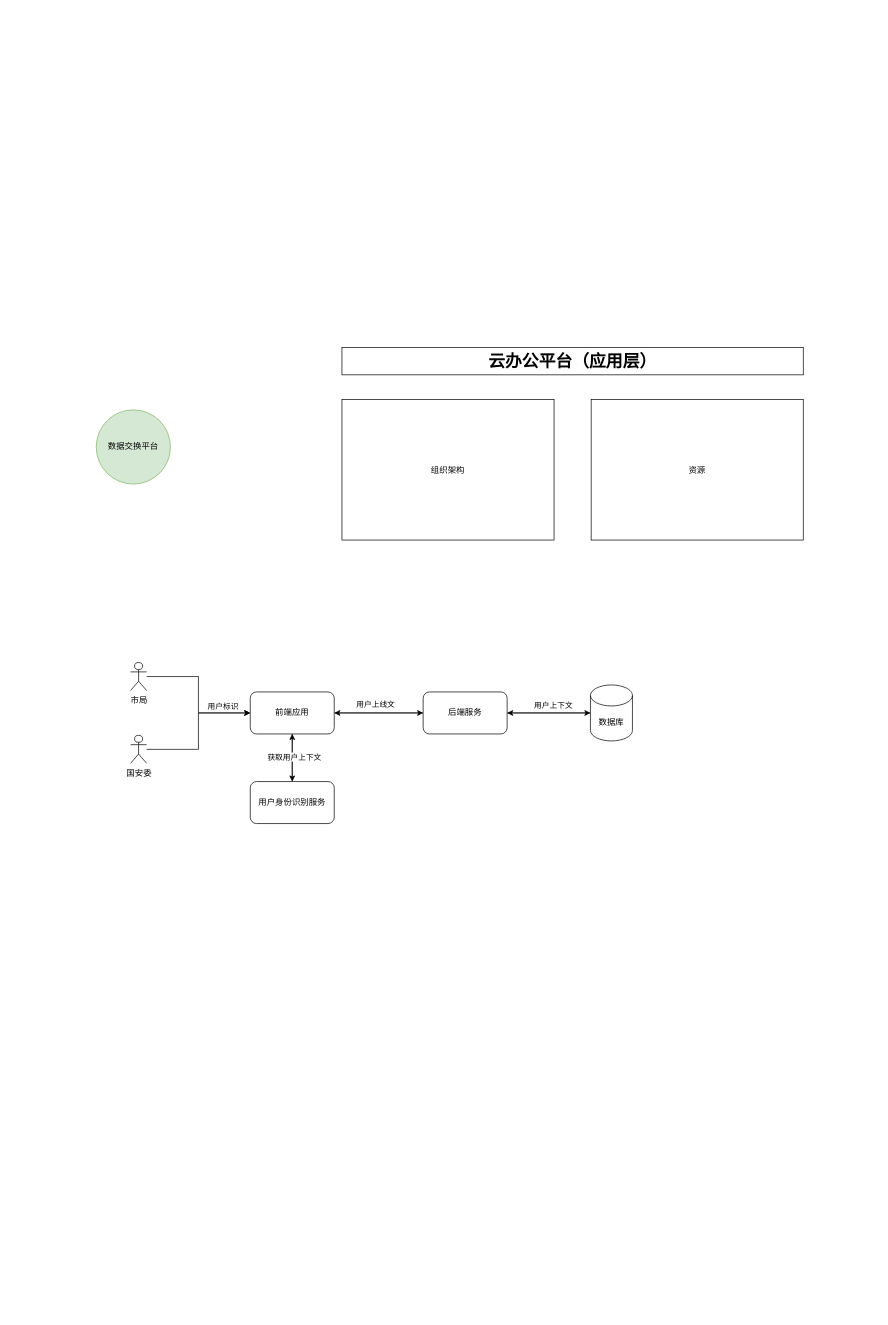
Before: 100号私有化架构.drawio in ammengke/my-drawio, a draw.io diagram. Source tidied: cells renumbered, new cells numbered last; positions are measured from the earlier drawing's top-left corner, leaving out a move shared by most shapes. Both pictures are drawn from the tidied source at 70%, with x=0, y=0 at pixel (96, 347).
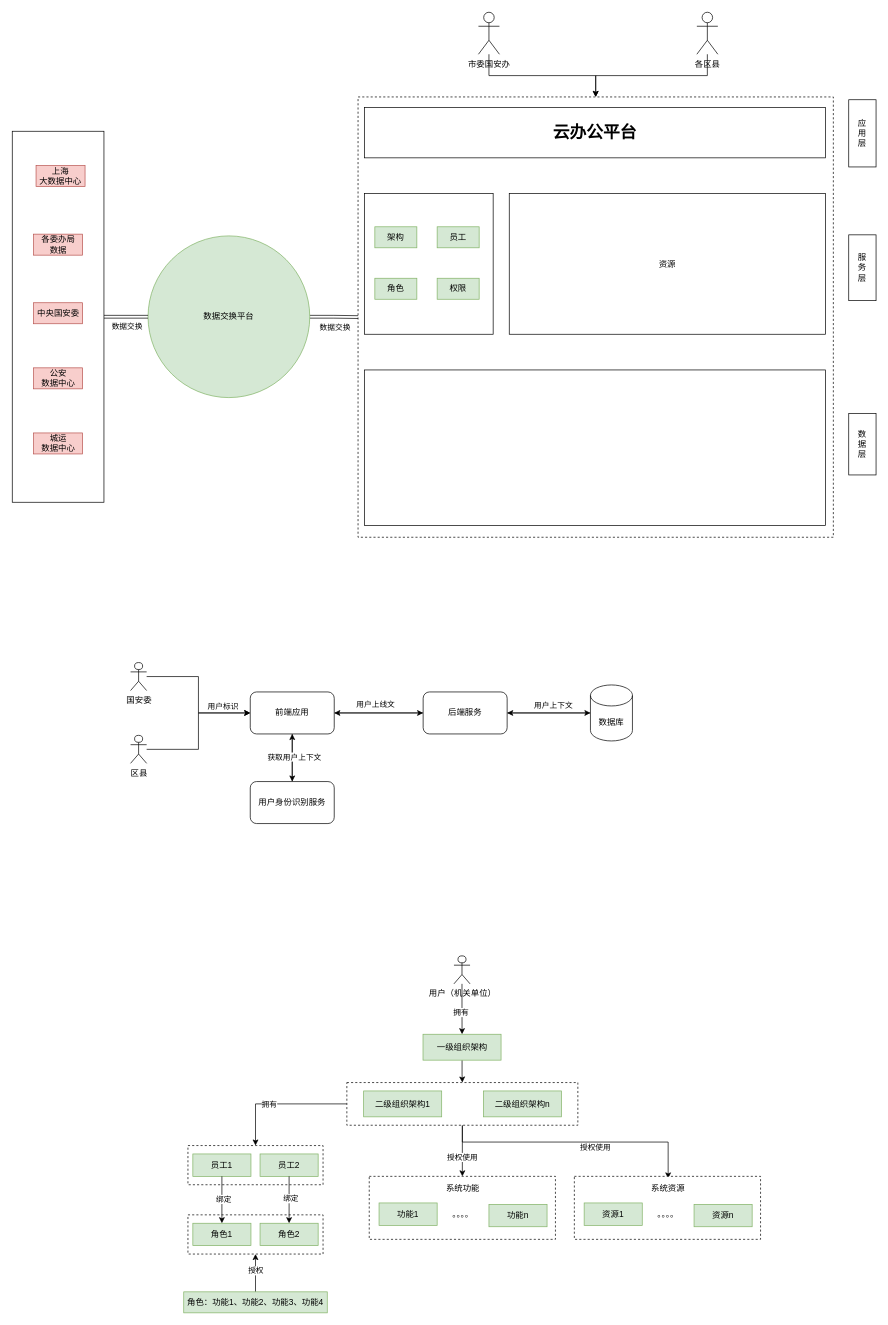
Above is the later version.

Commit message:
更新100号私有化架构.drawio

What changed in the source:
```diff
@@
+    <mxCell id="24" style="rounded=0;whiteSpace=wrap;html=1;dashed=1;" parent="1" vertex="1">
+      <mxGeometry x="374" y="-358" width="679" height="629" as="geometry" />
+    </mxCell>
+    <mxCell id="25" style="edgeStyle=orthogonalEdgeStyle;rounded=0;jettySize=auto;html=1;" parent="1" edge="1" source="31" target="66">
+      <mxGeometry relative="1" as="geometry" />
+    </mxCell>
+    <mxCell id="26" value="授权使用" style="edgeLabel;html=1;align=center;verticalAlign=middle;" parent="25" vertex="1">
+      <mxGeometry x="0.2" y="-1" relative="1" as="geometry">
+        <mxPoint y="1" as="offset" />
+      </mxGeometry>
+    </mxCell>
+    <mxCell id="27" style="edgeStyle=orthogonalEdgeStyle;rounded=0;jettySize=auto;html=1;entryX=0.5;entryY=0;entryDx=0;entryDy=0;" parent="1" edge="1" source="31" target="53">
+      <mxGeometry relative="1" as="geometry" />
+    </mxCell>
+    <mxCell id="28" value="拥有" style="edgeLabel;html=1;align=center;verticalAlign=middle;" parent="27" vertex="1">
+      <mxGeometry x="0.18" relative="1" as="geometry" />
+    </mxCell>
+    <mxCell id="29" style="edgeStyle=orthogonalEdgeStyle;rounded=0;jettySize=auto;html=1;" parent="1" edge="1" source="31" target="75">
+      <mxGeometry relative="1" as="geometry">
+        <Array as="points">
+          <mxPoint x="523" y="1135" />
+          <mxPoint x="817" y="1135" />
+        </Array>
+      </mxGeometry>
+    </mxCell>
+    <mxCell id="30" value="授权使用" style="edgeLabel;html=1;align=center;verticalAlign=middle;" parent="29" vertex="1">
+      <mxGeometry x="0.16" y="-3" relative="1" as="geometry">
+        <mxPoint x="-2" y="4" as="offset" />
+      </mxGeometry>
+    </mxCell>
+    <mxCell id="31" style="rounded=0;whiteSpace=wrap;html=1;dashed=1;" parent="1" vertex="1">
+      <mxGeometry x="358" y="1050" width="330" height="61" as="geometry" />
+    </mxCell>
-    <mxCell id="2" value="云办公平台（应用层）" style="rounded=0;whiteSpace=wrap;html=1;fontStyle=1;fontSize=24;" parent="1" vertex="1">
-      <mxGeometry x="351" width="659" height="39" as="geometry" />
+    <mxCell id="2" value="云办公平台" style="rounded=0;whiteSpace=wrap;html=1;fontStyle=1;fontSize=24;" parent="1" vertex="1">
+      <mxGeometry x="383" y="-343" width="659" height="72" as="geometry" />
     </mxCell>
     <mxCell id="3" value="资源" style="rounded=0;whiteSpace=wrap;html=1;" parent="1" vertex="1">
-      <mxGeometry x="707" y="74" width="303" height="201" as="geometry" />
+      <mxGeometry x="590" y="-220" width="452" height="201" as="geometry" />
     </mxCell>
-    <mxCell id="4" value="组织架构" style="rounded=0;whiteSpace=wrap;html=1;" parent="1" vertex="1">
-      <mxGeometry x="351" y="74" width="303" height="201" as="geometry" />
+    <mxCell id="4" style="rounded=0;whiteSpace=wrap;html=1;" parent="1" vertex="1">
+      <mxGeometry x="383" y="-220" width="184" height="201" as="geometry" />
     </mxCell>
+    <mxCell id="32" style="edgeStyle=orthogonalEdgeStyle;rounded=0;jettySize=auto;html=1;entryX=0;entryY=0.5;entryDx=0;entryDy=0;shape=link;" parent="1" edge="1" source="5" target="24">
+      <mxGeometry relative="1" as="geometry" />
+    </mxCell>
+    <mxCell id="33" value="数据交换" style="edgeLabel;html=1;align=center;verticalAlign=middle;" parent="32" vertex="1">
+      <mxGeometry x="-0.23" y="-2" relative="1" as="geometry">
+        <mxPoint x="8" y="13" as="offset" />
+      </mxGeometry>
+    </mxCell>
     <mxCell id="5" value="数据交换平台" style="ellipse;whiteSpace=wrap;html=1;fillColor=#d5e8d4;strokeColor=#82b366;" parent="1" vertex="1">
-      <mxGeometry y="89" width="106" height="106" as="geometry" />
+      <mxGeometry x="74" y="-159.5" width="231" height="231" as="geometry" />
     </mxCell>
@@
-    <mxCell id="7" value="市局" style="shape=umlActor;verticalLabelPosition=bottom;verticalAlign=top;html=1;outlineConnect=0;" parent="1" vertex="1">
+    <mxCell id="7" value="国安委" style="shape=umlActor;verticalLabelPosition=bottom;verticalAlign=top;html=1;outlineConnect=0;" parent="1" vertex="1">
       <mxGeometry x="49" y="450" width="23" height="40" as="geometry" />
     </mxCell>
@@
-    <mxCell id="10" value="国安委" style="shape=umlActor;verticalLabelPosition=bottom;verticalAlign=top;html=1;outlineConnect=0;" parent="1" vertex="1">
+    <mxCell id="10" value="区县" style="shape=umlActor;verticalLabelPosition=bottom;verticalAlign=top;html=1;outlineConnect=0;" parent="1" vertex="1">
       <mxGeometry x="49" y="554" width="23" height="40" as="geometry" />
     </mxCell>
@@
+    <mxCell id="34" style="edgeStyle=orthogonalEdgeStyle;rounded=0;jettySize=auto;html=1;entryX=0;entryY=0.5;entryDx=0;entryDy=0;shape=link;" parent="1" edge="1" source="36" target="5">
+      <mxGeometry relative="1" as="geometry" />
+    </mxCell>
+    <mxCell id="35" value="数据交换" style="edgeLabel;html=1;align=center;verticalAlign=middle;" parent="34" vertex="1">
+      <mxGeometry x="0.11" y="-3" relative="1" as="geometry">
+        <mxPoint x="-3" y="10" as="offset" />
+      </mxGeometry>
+    </mxCell>
+    <mxCell id="36" style="rounded=0;whiteSpace=wrap;html=1;" parent="1" vertex="1">
+      <mxGeometry x="-120" y="-309" width="131" height="530" as="geometry" />
+    </mxCell>
+    <mxCell id="37" value="中央国安委" style="text;html=1;align=center;verticalAlign=middle;whiteSpace=wrap;rounded=0;fillColor=#f8cecc;strokeColor=#b85450;" parent="1" vertex="1">
+      <mxGeometry x="-89.5" y="-64" width="70" height="30" as="geometry" />
+    </mxCell>
+    <mxCell id="38" value="各委办局&lt;div&gt;数据&lt;/div&gt;" style="text;html=1;align=center;verticalAlign=middle;whiteSpace=wrap;rounded=0;fillColor=#f8cecc;strokeColor=#b85450;" parent="1" vertex="1">
+      <mxGeometry x="-89.5" y="-162" width="70" height="30" as="geometry" />
+    </mxCell>
+    <mxCell id="39" value="上海&lt;div&gt;大数据中心&lt;/div&gt;" style="text;html=1;align=center;verticalAlign=middle;whiteSpace=wrap;rounded=0;fillColor=#f8cecc;strokeColor=#b85450;" parent="1" vertex="1">
+      <mxGeometry x="-86" y="-260" width="70" height="30" as="geometry" />
+    </mxCell>
+    <mxCell id="40" value="公安&lt;div&gt;数据中心&lt;/div&gt;" style="text;html=1;align=center;verticalAlign=middle;whiteSpace=wrap;rounded=0;fillColor=#f8cecc;strokeColor=#b85450;" parent="1" vertex="1">
+      <mxGeometry x="-89.5" y="29" width="70" height="30" as="geometry" />
+    </mxCell>
+    <mxCell id="41" value="城运&lt;div&gt;数据中心&lt;/div&gt;" style="text;html=1;align=center;verticalAlign=middle;whiteSpace=wrap;rounded=0;fillColor=#f8cecc;strokeColor=#b85450;" parent="1" vertex="1">
+      <mxGeometry x="-89.5" y="122" width="70" height="30" as="geometry" />
+    </mxCell>
+    <mxCell id="42" style="rounded=0;whiteSpace=wrap;html=1;" parent="1" vertex="1">
+      <mxGeometry x="383" y="32" width="659" height="222" as="geometry" />
+    </mxCell>
+    <mxCell id="43" value="应&lt;div&gt;用&lt;br&gt;层&lt;/div&gt;" style="rounded=0;whiteSpace=wrap;html=1;" parent="1" vertex="1">
+      <mxGeometry x="1075" y="-354" width="39" height="96" as="geometry" />
+    </mxCell>
+    <mxCell id="44" value="服&lt;div&gt;务&lt;/div&gt;&lt;div&gt;层&lt;/div&gt;" style="rounded=0;whiteSpace=wrap;html=1;" parent="1" vertex="1">
+      <mxGeometry x="1075" y="-161" width="39" height="94" as="geometry" />
+    </mxCell>
+    <mxCell id="45" value="&lt;div&gt;数&lt;/div&gt;&lt;div&gt;据&lt;/div&gt;&lt;div&gt;层&lt;/div&gt;" style="rounded=0;whiteSpace=wrap;html=1;" parent="1" vertex="1">
+      <mxGeometry x="1075" y="94" width="39" height="88" as="geometry" />
+    </mxCell>
+    <mxCell id="46" style="edgeStyle=orthogonalEdgeStyle;rounded=0;jettySize=auto;html=1;" parent="1" edge="1" source="48" target="50">
+      <mxGeometry relative="1" as="geometry" />
+    </mxCell>
+    <mxCell id="47" value="拥有" style="edgeLabel;html=1;align=center;verticalAlign=middle;" parent="46" vertex="1">
+      <mxGeometry x="0.14" y="-2" relative="1" as="geometry" />
+    </mxCell>
+    <mxCell id="48" value="用户（机关单位）" style="shape=umlActor;verticalLabelPosition=bottom;verticalAlign=top;html=1;outlineConnect=0;" parent="1" vertex="1">
+      <mxGeometry x="511" y="869" width="23" height="40" as="geometry" />
+    </mxCell>
+    <mxCell id="49" style="edgeStyle=orthogonalEdgeStyle;rounded=0;jettySize=auto;html=1;" parent="1" edge="1" source="50" target="31">
+      <mxGeometry relative="1" as="geometry" />
+    </mxCell>
+    <mxCell id="50" value="一级组织架构" style="rounded=0;whiteSpace=wrap;html=1;fillColor=#d5e8d4;strokeColor=#82b366;" parent="1" vertex="1">
+      <mxGeometry x="466.8" y="981" width="111.5" height="37" as="geometry" />
+    </mxCell>
+    <mxCell id="51" value="二级组织架构1" style="rounded=0;whiteSpace=wrap;html=1;fillColor=#d5e8d4;strokeColor=#82b366;" parent="1" vertex="1">
+      <mxGeometry x="382" y="1062" width="111.5" height="37" as="geometry" />
+    </mxCell>
+    <mxCell id="52" value="二级组织架构n" style="rounded=0;whiteSpace=wrap;html=1;fillColor=#d5e8d4;strokeColor=#82b366;" parent="1" vertex="1">
+      <mxGeometry x="553" y="1062" width="111.5" height="37" as="geometry" />
+    </mxCell>
+    <mxCell id="53" style="rounded=0;whiteSpace=wrap;html=1;dashed=1;" parent="1" vertex="1">
+      <mxGeometry x="131" y="1140" width="193" height="56" as="geometry" />
+    </mxCell>
+    <mxCell id="54" value="员工1" style="rounded=0;whiteSpace=wrap;html=1;fillColor=#d5e8d4;strokeColor=#82b366;" parent="1" vertex="1">
+      <mxGeometry x="138" y="1152" width="83" height="32" as="geometry" />
+    </mxCell>
+    <mxCell id="55" value="员工2" style="rounded=0;whiteSpace=wrap;html=1;fillColor=#d5e8d4;strokeColor=#82b366;" parent="1" vertex="1">
+      <mxGeometry x="234" y="1152" width="83" height="32" as="geometry" />
+    </mxCell>
+    <mxCell id="56" style="rounded=0;whiteSpace=wrap;html=1;dashed=1;" parent="1" vertex="1">
+      <mxGeometry x="131" y="1239" width="193" height="56" as="geometry" />
+    </mxCell>
+    <mxCell id="57" value="角色1" style="rounded=0;whiteSpace=wrap;html=1;fillColor=#d5e8d4;strokeColor=#82b366;" parent="1" vertex="1">
+      <mxGeometry x="138" y="1251" width="83" height="32" as="geometry" />
+    </mxCell>
+    <mxCell id="58" value="角色2" style="rounded=0;whiteSpace=wrap;html=1;fillColor=#d5e8d4;strokeColor=#82b366;" parent="1" vertex="1">
+      <mxGeometry x="234" y="1251" width="83" height="32" as="geometry" />
+    </mxCell>
+    <mxCell id="59" style="edgeStyle=orthogonalEdgeStyle;rounded=0;jettySize=auto;html=1;" parent="1" edge="1" source="54" target="57">
+      <mxGeometry relative="1" as="geometry" />
+    </mxCell>
+    <mxCell id="60" value="绑定" style="edgeLabel;html=1;align=center;verticalAlign=middle;" parent="59" vertex="1">
+      <mxGeometry x="-0.04" y="2" relative="1" as="geometry" />
+    </mxCell>
+    <mxCell id="61" style="edgeStyle=orthogonalEdgeStyle;rounded=0;jettySize=auto;html=1;" parent="1" edge="1" source="55" target="58">
+      <mxGeometry relative="1" as="geometry" />
+    </mxCell>
+    <mxCell id="62" value="绑定" style="edgeLabel;html=1;align=center;verticalAlign=middle;" parent="61" vertex="1">
+      <mxGeometry x="-0.07" y="2" relative="1" as="geometry" />
+    </mxCell>
+    <mxCell id="63" style="edgeStyle=orthogonalEdgeStyle;rounded=0;jettySize=auto;html=1;entryX=0.5;entryY=1;entryDx=0;entryDy=0;" parent="1" edge="1" source="65" target="56">
+      <mxGeometry relative="1" as="geometry" />
+    </mxCell>
+    <mxCell id="64" value="授权" style="edgeLabel;html=1;align=center;verticalAlign=middle;" parent="63" vertex="1">
+      <mxGeometry x="0.15" y="1" relative="1" as="geometry">
+        <mxPoint x="1" as="offset" />
+      </mxGeometry>
+    </mxCell>
+    <mxCell id="65" value="角色：功能1、功能2、功能3、功能4" style="text;html=1;align=center;verticalAlign=middle;whiteSpace=wrap;rounded=0;fillColor=#d5e8d4;strokeColor=#82b366;" parent="1" vertex="1">
+      <mxGeometry x="125" y="1349" width="205" height="30" as="geometry" />
+    </mxCell>
+    <mxCell id="66" style="rounded=0;whiteSpace=wrap;html=1;dashed=1;" parent="1" vertex="1">
+      <mxGeometry x="390" y="1184" width="266" height="90" as="geometry" />
+    </mxCell>
+    <mxCell id="67" value="功能1" style="rounded=0;whiteSpace=wrap;html=1;fillColor=#d5e8d4;strokeColor=#82b366;" parent="1" vertex="1">
+      <mxGeometry x="404" y="1222" width="83" height="32" as="geometry" />
+    </mxCell>
+    <mxCell id="68" value="。。。。" style="text;html=1;align=center;verticalAlign=middle;whiteSpace=wrap;rounded=0;" parent="1" vertex="1">
+      <mxGeometry x="494" y="1224" width="60" height="30" as="geometry" />
+    </mxCell>
+    <mxCell id="69" value="功能n" style="rounded=0;whiteSpace=wrap;html=1;fillColor=#d5e8d4;strokeColor=#82b366;" parent="1" vertex="1">
+      <mxGeometry x="561" y="1224" width="83" height="32" as="geometry" />
+    </mxCell>
+    <mxCell id="70" value="系统功能" style="text;html=1;align=center;verticalAlign=middle;whiteSpace=wrap;rounded=0;" parent="1" vertex="1">
+      <mxGeometry x="494" y="1187" width="60" height="30" as="geometry" />
+    </mxCell>
+    <mxCell id="71" style="rounded=0;whiteSpace=wrap;html=1;dashed=1;" parent="1" vertex="1">
+      <mxGeometry x="683" y="1184" width="266" height="90" as="geometry" />
+    </mxCell>
+    <mxCell id="72" value="资源1" style="rounded=0;whiteSpace=wrap;html=1;fillColor=#d5e8d4;strokeColor=#82b366;" parent="1" vertex="1">
+      <mxGeometry x="697" y="1222" width="83" height="32" as="geometry" />
+    </mxCell>
+    <mxCell id="73" value="。。。。" style="text;html=1;align=center;verticalAlign=middle;whiteSpace=wrap;rounded=0;" parent="1" vertex="1">
+      <mxGeometry x="787" y="1224" width="60" height="30" as="geometry" />
+    </mxCell>
+    <mxCell id="74" value="资源n" style="rounded=0;whiteSpace=wrap;html=1;fillColor=#d5e8d4;strokeColor=#82b366;" parent="1" vertex="1">
+      <mxGeometry x="854" y="1224" width="83" height="32" as="geometry" />
+    </mxCell>
+    <mxCell id="75" value="系统资源" style="text;html=1;align=center;verticalAlign=middle;whiteSpace=wrap;rounded=0;" parent="1" vertex="1">
+      <mxGeometry x="787" y="1187" width="60" height="30" as="geometry" />
+    </mxCell>
+    <mxCell id="76" style="edgeStyle=orthogonalEdgeStyle;rounded=0;jettySize=auto;html=1;" parent="1" edge="1" source="77" target="24">
+      <mxGeometry relative="1" as="geometry" />
+    </mxCell>
+    <mxCell id="77" value="市委国安办" style="shape=umlActor;verticalLabelPosition=bottom;verticalAlign=top;html=1;outlineConnect=0;" parent="1" vertex="1">
+      <mxGeometry x="546" y="-479" width="30" height="60" as="geometry" />
+    </mxCell>
+    <mxCell id="78" style="edgeStyle=orthogonalEdgeStyle;rounded=0;jettySize=auto;html=1;entryX=0.5;entryY=0;entryDx=0;entryDy=0;" parent="1" edge="1" source="79" target="24">
+      <mxGeometry relative="1" as="geometry" />
+    </mxCell>
+    <mxCell id="79" value="各区县" style="shape=umlActor;verticalLabelPosition=bottom;verticalAlign=top;html=1;outlineConnect=0;" parent="1" vertex="1">
+      <mxGeometry x="858" y="-479" width="30" height="60" as="geometry" />
+    </mxCell>
+    <mxCell id="80" value="架构" style="text;html=1;align=center;verticalAlign=middle;whiteSpace=wrap;rounded=0;fillColor=#d5e8d4;strokeColor=#82b366;" parent="1" vertex="1">
+      <mxGeometry x="398" y="-172.5" width="60" height="30" as="geometry" />
+    </mxCell>
+    <mxCell id="81" value="员工" style="text;html=1;align=center;verticalAlign=middle;whiteSpace=wrap;rounded=0;fillColor=#d5e8d4;strokeColor=#82b366;" parent="1" vertex="1">
+      <mxGeometry x="487" y="-172.5" width="60" height="30" as="geometry" />
+    </mxCell>
+    <mxCell id="82" value="角色" style="text;html=1;align=center;verticalAlign=middle;whiteSpace=wrap;rounded=0;fillColor=#d5e8d4;strokeColor=#82b366;" parent="1" vertex="1">
+      <mxGeometry x="398" y="-99" width="60" height="30" as="geometry" />
+    </mxCell>
+    <mxCell id="83" value="权限" style="text;html=1;align=center;verticalAlign=middle;whiteSpace=wrap;rounded=0;fillColor=#d5e8d4;strokeColor=#82b366;" parent="1" vertex="1">
+      <mxGeometry x="487" y="-99" width="60" height="30" as="geometry" />
+    </mxCell>
```
